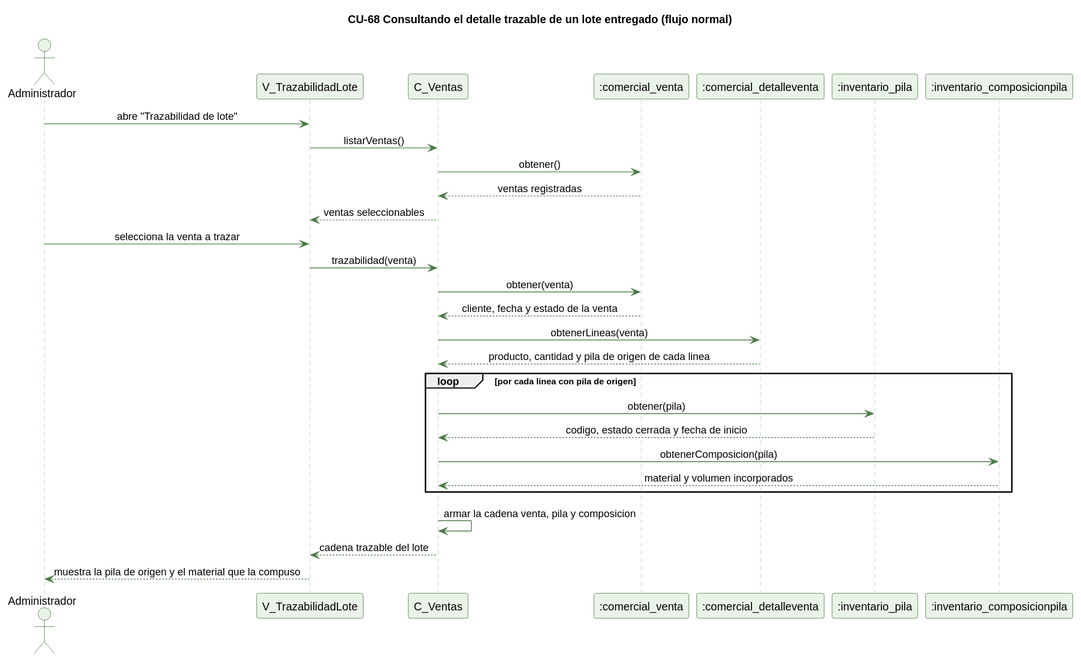
The PlantUML diagram docs/trabajo-grupal/diagramas/secuencias/cu68-trazabilidad-lote-normal.svg in kenjikaese/Triverde, before a commit. Its diagram source:
```plantuml
@startuml
skinparam backgroundColor #FFFFFF
skinparam shadowing false
skinparam defaultFontName Helvetica
skinparam sequenceMessageAlign center
skinparam ParticipantBackgroundColor #EAF3E7
skinparam ParticipantBorderColor #2E5E2A
skinparam ActorBackgroundColor #EAF3E7
skinparam ActorBorderColor #2E5E2A
skinparam sequenceLifeLineBorderColor #9CC49A
skinparam ArrowColor #4B7A46

title CU-68 Consultando el detalle trazable de un lote entregado (flujo normal)

actor Administrador
participant "V_TrazabilidadLote" as V
participant "C_Ventas" as C
participant ":comercial_venta" as VT
participant ":comercial_detalleventa" as DV
participant ":inventario_pila" as PI
participant ":inventario_composicionpila" as CP

Administrador -> V : abre "Trazabilidad de lote"
V -> C : listarVentas()
C -> VT : obtener()
VT --> C : ventas registradas
C --> V : ventas seleccionables
Administrador -> V : selecciona la venta a trazar
V -> C : trazabilidad(venta)
C -> VT : obtener(venta)
VT --> C : cliente, fecha y estado de la venta
C -> DV : obtenerLineas(venta)
DV --> C : producto, cantidad y pila de origen de cada linea
loop por cada linea con pila de origen
  C -> PI : obtener(pila)
  PI --> C : codigo, estado cerrada y fecha de inicio
  C -> CP : obtenerComposicion(pila)
  CP --> C : material y volumen incorporados
end
C -> C : armar la cadena venta, pila y composicion
C --> V : cadena trazable del lote
V --> Administrador : muestra la pila de origen y el material que la compuso
@enduml
```
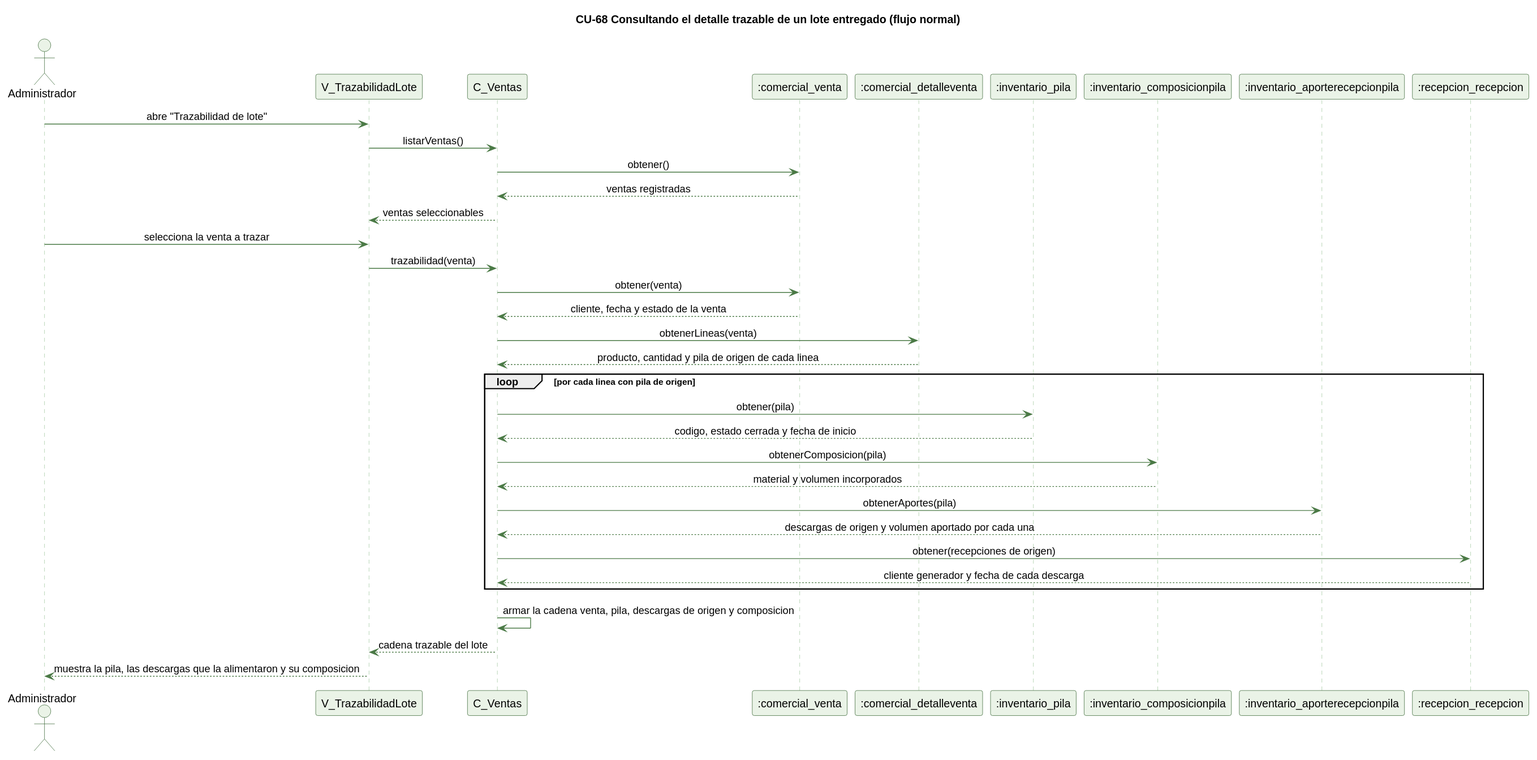
After the commit.

Diff of the diagram source:
```diff
@@ -19,6 +19,8 @@
 participant ":comercial_detalleventa" as DV
 participant ":inventario_pila" as PI
 participant ":inventario_composicionpila" as CP
+participant ":inventario_aporterecepcionpila" as AR
+participant ":recepcion_recepcion" as R
 
 Administrador -> V : abre "Trazabilidad de lote"
 V -> C : listarVentas()
@@ -36,8 +38,12 @@
   PI --> C : codigo, estado cerrada y fecha de inicio
   C -> CP : obtenerComposicion(pila)
   CP --> C : material y volumen incorporados
+  C -> AR : obtenerAportes(pila)
+  AR --> C : descargas de origen y volumen aportado por cada una
+  C -> R : obtener(recepciones de origen)
+  R --> C : cliente generador y fecha de cada descarga
 end
-C -> C : armar la cadena venta, pila y composicion
+C -> C : armar la cadena venta, pila, descargas de origen y composicion
 C --> V : cadena trazable del lote
-V --> Administrador : muestra la pila de origen y el material que la compuso
+V --> Administrador : muestra la pila, las descargas que la alimentaron y su composicion
 @enduml
```
